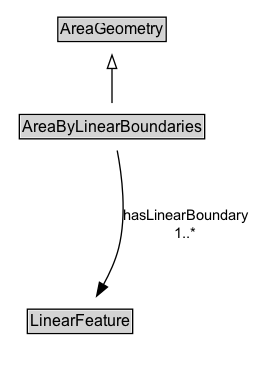
Before: docs/diagrams/AreaByLinearBoundaries.dot.png, a diagram exported from Graphviz (ISO-TC204/ontology-its-location-v1). Its source is kept beside it as docs/diagrams/AreaByLinearBoundaries.dot. Its diagram source:
```dot
digraph {
	graph [overlap=false rankdir=TB splines=true]
	node [fontname=Arial fontsize=12 margin=0 shape=none]
	edge [fontname=Arial fontsize=11]
	{
		rank=source
		AreaGeometry [label=<<TABLE BORDER="1" CELLBORDER="0" CELLSPACING="0" CELLPADDING="1"><TR><TD BGCOLOR="lightgray" ALIGN="CENTER">AreaGeometry</TD></TR></TABLE>> URL="../AreaGeometry" margin=0]
	}
	AreaByLinearBoundaries [label=<<TABLE BORDER="1" CELLBORDER="0" CELLSPACING="0" CELLPADDING="1"><TR><TD BGCOLOR="lightgray" ALIGN="CENTER">AreaByLinearBoundaries</TD></TR></TABLE>> URL="../AreaByLinearBoundaries" margin=0]
	{
		rank=max
	}
	subgraph cluster_associated {
		label="" style=invis
		Invis [label=<<TABLE BORDER="0" CELLBORDER="0" CELLSPACING="0" CELLPADDING="1"><TR><TD></TD></TR></TABLE>> margin=0 style=invis]
		LinearFeature [label=<<TABLE BORDER="1" CELLBORDER="0" CELLSPACING="0" CELLPADDING="1"><TR><TD BGCOLOR="lightgray" ALIGN="CENTER">LinearFeature</TD></TR></TABLE>> URL="../LinearFeature" margin=0]
	}
	AreaByLinearBoundaries -> AreaGeometry [arrowhead=onormal style=solid]
	AreaByLinearBoundaries -> Invis [style=invis]
	Invis -> LinearFeature [style=invis]
	LinearFeature [label=<<TABLE BORDER="1" CELLBORDER="0" CELLSPACING="0" CELLPADDING="1"><TR><TD BGCOLOR="lightgray" ALIGN="CENTER">LinearFeature</TD></TR></TABLE>> URL="../LinearFeature" margin=0]
	AreaByLinearBoundaries -> LinearFeature [label="hasLinearBoundary
1..*" arrowhead=normal style=solid]
}
```
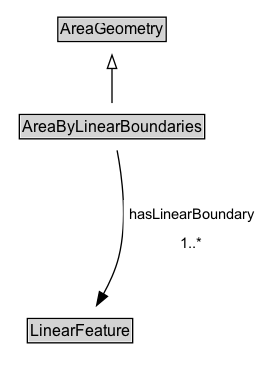
After the change.

Change to the diagram source:
```diff
@@ -19,6 +19,5 @@
 	AreaByLinearBoundaries -> Invis [style=invis]
 	Invis -> LinearFeature [style=invis]
 	LinearFeature [label=<<TABLE BORDER="1" CELLBORDER="0" CELLSPACING="0" CELLPADDING="1"><TR><TD BGCOLOR="lightgray" ALIGN="CENTER">LinearFeature</TD></TR></TABLE>> URL="../LinearFeature" margin=0]
-	AreaByLinearBoundaries -> LinearFeature [label="hasLinearBoundary
-1..*" arrowhead=normal style=solid]
+	AreaByLinearBoundaries -> LinearFeature [label=<<TABLE BORDER="0" CELLBORDER="0" CELLSPACING="0" CELLPADDING="4" BGCOLOR="white"><TR><TD ALIGN="CENTER">hasLinearBoundary</TD></TR><TR><TD ALIGN="CENTER">1..*</TD></TR></TABLE>> arrowhead=normal style=solid]
 }
```
